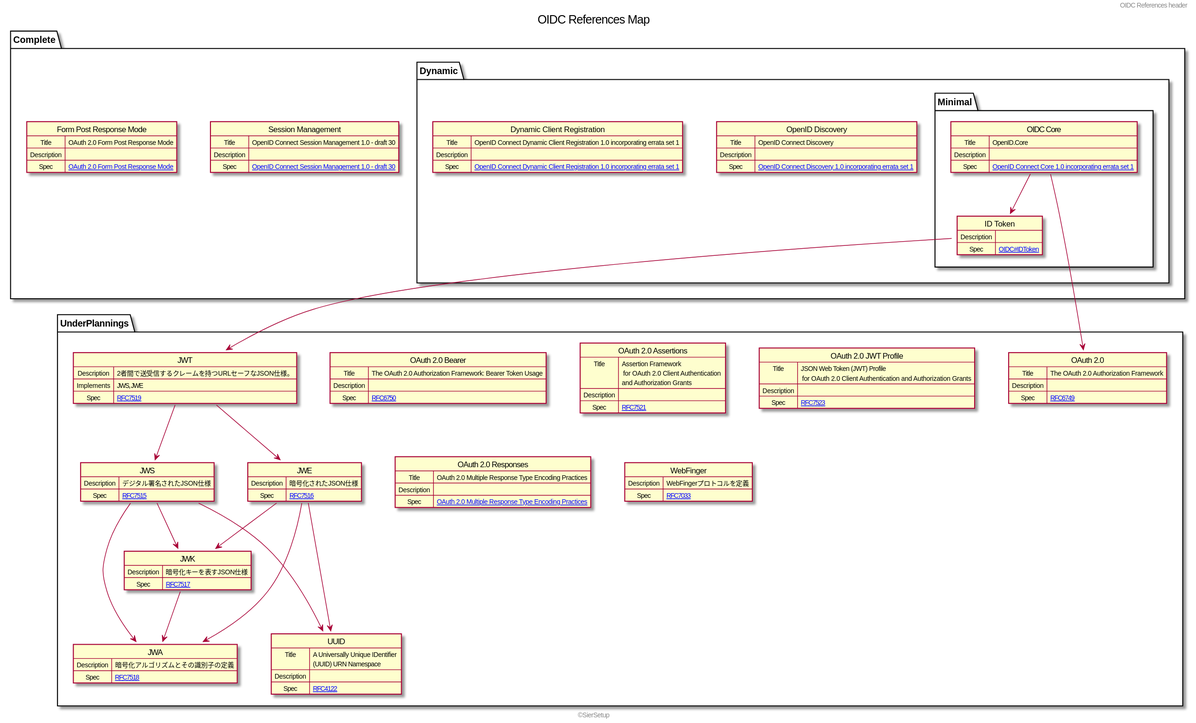
Earlier version of the PlantUML export doc/OIDC-OIDC_References_Map.svg (metatrading/siersetup.github.io). Its diagram source:
```plantuml
@startuml

title OIDC References Map

package Complete {
    package Dynamic {
        package Minimal {
            map "OIDC Core" as OIDC {
                Title => OpenID.Core
                Description =>
                Spec => [[https://openid.net/specs/openid-connect-core-1_0.html OpenID Connect Core 1.0 incorporating errata set 1]]
            }
            map "ID Token" as IDToken {
                Description =>
                Spec => [[https://openid.net/specs/openid-connect-core-1_0.html#IDToken OIDC#IDToken]]
            }
        }

        map "OpenID Discovery" as OIDC_Discovery {
            Title => OpenID Connect Discovery
            Description =>
            Spec => [[https://openid.net/specs/openid-connect-discovery-1_0.html OpenID Connect Discovery 1.0 incorporating errata set 1]]
        }

        map "Dynamic Client Registration" as OIDC_ClientRegistration {
            Title => OpenID Connect Dynamic Client Registration 1.0 incorporating errata set 1
            Description =>
            Spec => [[https://openid.net/specs/openid-connect-registration-1_0.html OpenID Connect Dynamic Client Registration 1.0 incorporating errata set 1]]
        }
    }
    map "Session Management" as SessionManagement {
        Title => OpenID Connect Session Management 1.0 - draft 30
        Description =>
        Spec => [[https://openid.net/specs/openid-connect-session-1_0.html OpenID Connect Session Management 1.0 - draft 30]]
    }
    map "Form Post Response Mode" as FormPostResponseMode {
        Title => OAuth 2.0 Form Post Response Mode
        Description =>
        Spec => [[https://openid.net/specs/oauth-v2-form-post-response-mode-1_0.html OAuth 2.0 Form Post Response Mode]]
    }
}
package UnderPlannings {
    map "OAuth 2.0" as OAuth2 {
        Title => The OAuth 2.0 Authorization Framework
        Description =>
        Spec => [[https://tools.ietf.org/html/rfc6749 RFC6749]]
    }

    map "OAuth 2.0 Bearer" as OAuth2_Bearer {
        Title => The OAuth 2.0 Authorization Framework: Bearer Token Usage
        Description =>
        Spec => [[https://tools.ietf.org/html/rfc6750 RFC6750]]
    }
    map "OAuth 2.0 Assertions" as OAuth2_Assertions {
        Title => Assertion Framework\n for OAuth 2.0 Client Authentication \nand Authorization Grants
        Description =>
        Spec => [[https://tools.ietf.org/html/rfc7521 RFC7521]]
    }
    map "OAuth 2.0 JWT Profile" as OAuth2_JWT_Profile {
        Title => JSON Web Token (JWT) Profile\n for OAuth 2.0 Client Authentication and Authorization Grants
        Description =>
        Spec => [[https://tools.ietf.org/html/rfc7523 RFC7523]]
    }
    map "OAuth 2.0 Responses" as OAuth2_Responses {
        Title => OAuth 2.0 Multiple Response Type Encoding Practices
        Description =>
        Spec => [[https://openid.net/specs/oauth-v2-multiple-response-types-1_0.html OAuth 2.0 Multiple Response Type Encoding Practices]]
    }
    map JWT {
        Description => 2者間で送受信するクレームを持つURLセーフなJSON仕様。
        Implements => JWS, JWE
        Spec => [[https://tools.ietf.org/html/rfc7519 RFC7519]]
    }
    map JWS {
        Description => デジタル署名されたJSON仕様
        Spec => [[https://tools.ietf.org/html/rfc7515 RFC7515]]
    }
    map JWA {
        Description => 暗号化アルゴリズムとその識別子の定義
        Spec => [[https://tools.ietf.org/html/rfc7518 RFC7518]]
    }
    map JWE {
        Description => 暗号化されたJSON仕様
        Spec => [[https://tools.ietf.org/html/rfc7516 RFC7516]]
    }
    map JWK {
        Description => 暗号化キーを表すJSON仕様
        Spec => [[https://tools.ietf.org/html/rfc7517 RFC7517]]
    }
    map WebFinger {
        Description => WebFingerプロトコルを定義
        Spec => [[https://tools.ietf.org/html/rfc7033 RFC7033]]
    }
    map UUID {
        Title => A Universally Unique IDentifier \n(UUID) URN Namespace
        Description =>
        Spec => [[https://tools.ietf.org/html/rfc4122 RFC4122]]
    }
}

OIDC -> OAuth2
OIDC --> IDToken
IDToken --> JWT
JWT --> JWS
JWS --> JWA
JWS --> JWK
JWS ---> UUID
JWT --> JWE
JWE --> JWK
JWE --> JWA
JWE ---> UUID
JWK --> JWA

header
OIDC References header
endheader

center footer ©SierSetup

@enduml
```
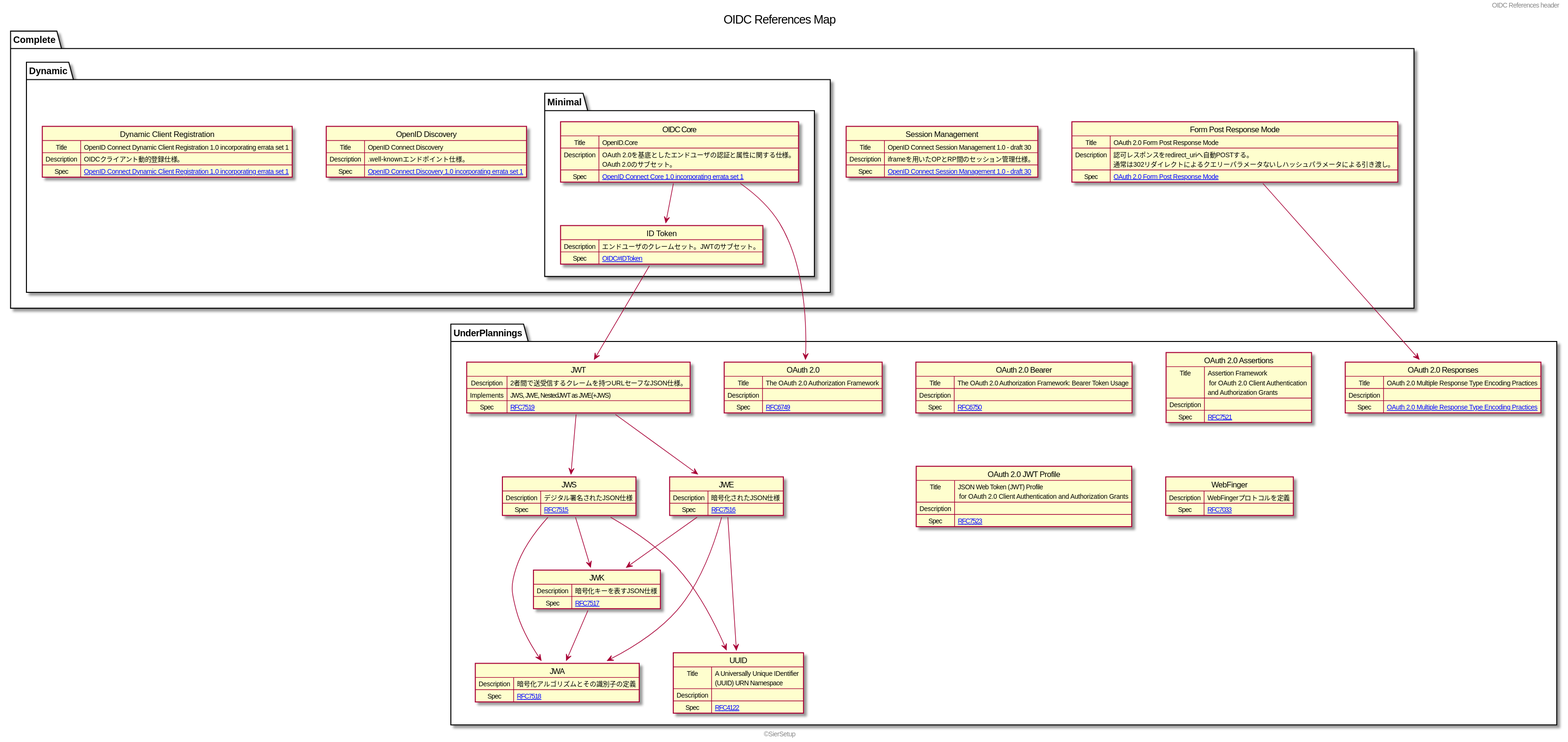
Above is the later version.

Diff of the diagram source:
```diff
@@ -7,35 +7,35 @@
         package Minimal {
             map "OIDC Core" as OIDC {
                 Title => OpenID.Core
-                Description =>
+                Description => OAuth 2.0を基底としたエンドユーザの認証と属性に関する仕様。\nOAuth 2.0のサブセット。
                 Spec => [[https://openid.net/specs/openid-connect-core-1_0.html OpenID Connect Core 1.0 incorporating errata set 1]]
             }
             map "ID Token" as IDToken {
-                Description =>
+                Description => エンドユーザのクレームセット。JWTのサブセット。
                 Spec => [[https://openid.net/specs/openid-connect-core-1_0.html#IDToken OIDC#IDToken]]
             }
         }
 
         map "OpenID Discovery" as OIDC_Discovery {
             Title => OpenID Connect Discovery
-            Description =>
+            Description => .well-knownエンドポイント仕様。
             Spec => [[https://openid.net/specs/openid-connect-discovery-1_0.html OpenID Connect Discovery 1.0 incorporating errata set 1]]
         }
 
         map "Dynamic Client Registration" as OIDC_ClientRegistration {
             Title => OpenID Connect Dynamic Client Registration 1.0 incorporating errata set 1
-            Description =>
+            Description => OIDCクライアント動的登録仕様。
             Spec => [[https://openid.net/specs/openid-connect-registration-1_0.html OpenID Connect Dynamic Client Registration 1.0 incorporating errata set 1]]
         }
     }
     map "Session Management" as SessionManagement {
         Title => OpenID Connect Session Management 1.0 - draft 30
-        Description =>
+        Description => iframeを用いたOPとRP間のセッション管理仕様。
         Spec => [[https://openid.net/specs/openid-connect-session-1_0.html OpenID Connect Session Management 1.0 - draft 30]]
     }
     map "Form Post Response Mode" as FormPostResponseMode {
         Title => OAuth 2.0 Form Post Response Mode
-        Description =>
+        Description => 認可レスポンスをredirect_uriへ自動POSTする。\n通常は302リダイレクトによるクエリーパラメータないしハッシュパラメータによる引き渡し。
         Spec => [[https://openid.net/specs/oauth-v2-form-post-response-mode-1_0.html OAuth 2.0 Form Post Response Mode]]
     }
 }
@@ -68,7 +68,7 @@
     }
     map JWT {
         Description => 2者間で送受信するクレームを持つURLセーフなJSON仕様。
-        Implements => JWS, JWE
+        Implements => JWS, JWE, NestedJWT as JWE(+JWS)
         Spec => [[https://tools.ietf.org/html/rfc7519 RFC7519]]
     }
     map JWS {
@@ -111,6 +111,8 @@
 JWE ---> UUID
 JWK --> JWA
 
+FormPostResponseMode --> OAuth2_Responses
+
 header
 OIDC References header
 endheader
```
